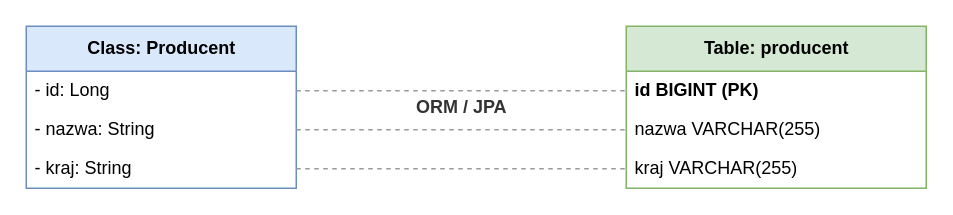
Earlier version of the draw.io diagram diagrams/orm.drawio (Sladamos/ormCompare). Source tidied: cells renumbered, new cells numbered last; positions are measured from the earlier drawing's top-left corner, leaving out a move shared by most shapes. Both pictures are drawn from the tidied source at 150%, with x=0, y=0 at pixel (26, 26).
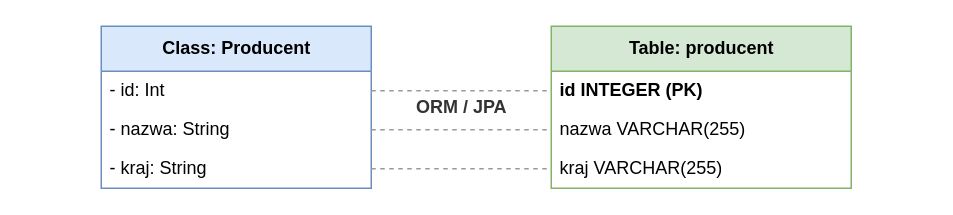
After the change.

What changed in the source:
```diff
@@
 <mxGraphModel>
   <root>
     <mxCell id="0" />
     <mxCell id="1" parent="0" />
     <mxCell id="2" value="&lt;b&gt;Class: Producent&lt;/b&gt;" style="swimlane;fontStyle=0;horizontal=1;startSize=30;html=1;fillColor=#dae8fc;strokeColor=#6c8ebf;fontColor=#000000;" parent="1" vertex="1">
-      <mxGeometry width="180" height="108" as="geometry" />
+      <mxGeometry x="50" width="180" height="108" as="geometry" />
     </mxCell>
-    <mxCell id="3" value="- id: Long" style="text;strokeColor=none;fillColor=none;align=left;verticalAlign=middle;spacingLeft=4;spacingRight=4;overflow=hidden;points=[[0,0.5],[1,0.5]];portConstraint=eastwest;whiteSpace=wrap;html=1;" parent="2" vertex="1">
+    <mxCell id="3" value="- id: Int" style="text;strokeColor=none;fillColor=none;align=left;verticalAlign=middle;spacingLeft=4;spacingRight=4;overflow=hidden;points=[[0,0.5],[1,0.5]];portConstraint=eastwest;whiteSpace=wrap;html=1;" parent="2" vertex="1">
       <mxGeometry y="30" width="180" height="26" as="geometry" />
     </mxCell>
     <mxCell id="4" value="- nazwa: String" style="text;strokeColor=none;fillColor=none;align=left;verticalAlign=middle;spacingLeft=4;spacingRight=4;overflow=hidden;points=[[0,0.5],[1,0.5]];portConstraint=eastwest;whiteSpace=wrap;html=1;" parent="2" vertex="1">
       <mxGeometry y="56" width="180" height="26" as="geometry" />
     </mxCell>
     <mxCell id="5" value="- kraj: String" style="text;strokeColor=none;fillColor=none;align=left;verticalAlign=middle;spacingLeft=4;spacingRight=4;overflow=hidden;points=[[0,0.5],[1,0.5]];portConstraint=eastwest;whiteSpace=wrap;html=1;" parent="2" vertex="1">
       <mxGeometry y="82" width="180" height="26" as="geometry" />
     </mxCell>
     <mxCell id="6" value="ORM / JPA" style="shape=flexArrow;endArrow=block;startArrow=none;endSize=5;startSize=5;html=1;fillColor=#f5f5f5;strokeColor=#666666;fontStyle=1;fontColor=#333333;" parent="1" vertex="1">
       <mxGeometry x="220" y="29" width="140" height="50" as="geometry" />
     </mxCell>
     <mxCell id="7" value="&lt;b&gt;Table: producent&lt;/b&gt;" style="swimlane;fontStyle=0;horizontal=1;startSize=30;html=1;fillColor=#d5e8d4;strokeColor=#82b366;fontColor=#000000;" parent="1" vertex="1">
-      <mxGeometry x="400" width="200" height="108" as="geometry" />
+      <mxGeometry x="350" width="200" height="108" as="geometry" />
     </mxCell>
-    <mxCell id="8" value="id BIGINT (PK)" style="text;strokeColor=none;fillColor=none;align=left;verticalAlign=middle;spacingLeft=4;spacingRight=4;overflow=hidden;points=[[0,0.5],[1,0.5]];portConstraint=eastwest;whiteSpace=wrap;html=1;fontStyle=1;" parent="7" vertex="1">
+    <mxCell id="8" value="id INTEGER (PK)" style="text;strokeColor=none;fillColor=none;align=left;verticalAlign=middle;spacingLeft=4;spacingRight=4;overflow=hidden;points=[[0,0.5],[1,0.5]];portConstraint=eastwest;whiteSpace=wrap;html=1;fontStyle=1;" parent="7" vertex="1">
       <mxGeometry y="30" width="200" height="26" as="geometry" />
     </mxCell>
     <mxCell id="9" value="nazwa VARCHAR(255)" style="text;strokeColor=none;fillColor=none;align=left;verticalAlign=middle;spacingLeft=4;spacingRight=4;overflow=hidden;points=[[0,0.5],[1,0.5]];portConstraint=eastwest;whiteSpace=wrap;html=1;" parent="7" vertex="1">
       <mxGeometry y="56" width="200" height="26" as="geometry" />
     </mxCell>
     <mxCell id="10" value="kraj VARCHAR(255)" style="text;strokeColor=none;fillColor=none;align=left;verticalAlign=middle;spacingLeft=4;spacingRight=4;overflow=hidden;points=[[0,0.5],[1,0.5]];portConstraint=eastwest;whiteSpace=wrap;html=1;" parent="7" vertex="1">
       <mxGeometry y="82" width="200" height="26" as="geometry" />
     </mxCell>
     <mxCell id="11" style="edgeStyle=orthogonalEdgeStyle;rounded=0;jettySize=auto;html=1;exitX=1;exitY=0.5;exitDx=0;exitDy=0;entryX=0;entryY=0.5;entryDx=0;entryDy=0;dashed=1;endArrow=none;strokeColor=#999999;" parent="1" edge="1" source="3" target="8">
       <mxGeometry relative="1" as="geometry" />
     </mxCell>
     <mxCell id="12" style="edgeStyle=orthogonalEdgeStyle;rounded=0;jettySize=auto;html=1;exitX=1;exitY=0.5;exitDx=0;exitDy=0;entryX=0;entryY=0.5;entryDx=0;entryDy=0;dashed=1;endArrow=none;strokeColor=#999999;" parent="1" edge="1" source="4" target="9">
       <mxGeometry relative="1" as="geometry" />
     </mxCell>
     <mxCell id="13" style="edgeStyle=orthogonalEdgeStyle;rounded=0;jettySize=auto;html=1;exitX=1;exitY=0.5;exitDx=0;exitDy=0;entryX=0;entryY=0.5;entryDx=0;entryDy=0;dashed=1;endArrow=none;strokeColor=#999999;" parent="1" edge="1" source="5" target="10">
       <mxGeometry relative="1" as="geometry" />
     </mxCell>
   </root>
 </mxGraphModel>
```
